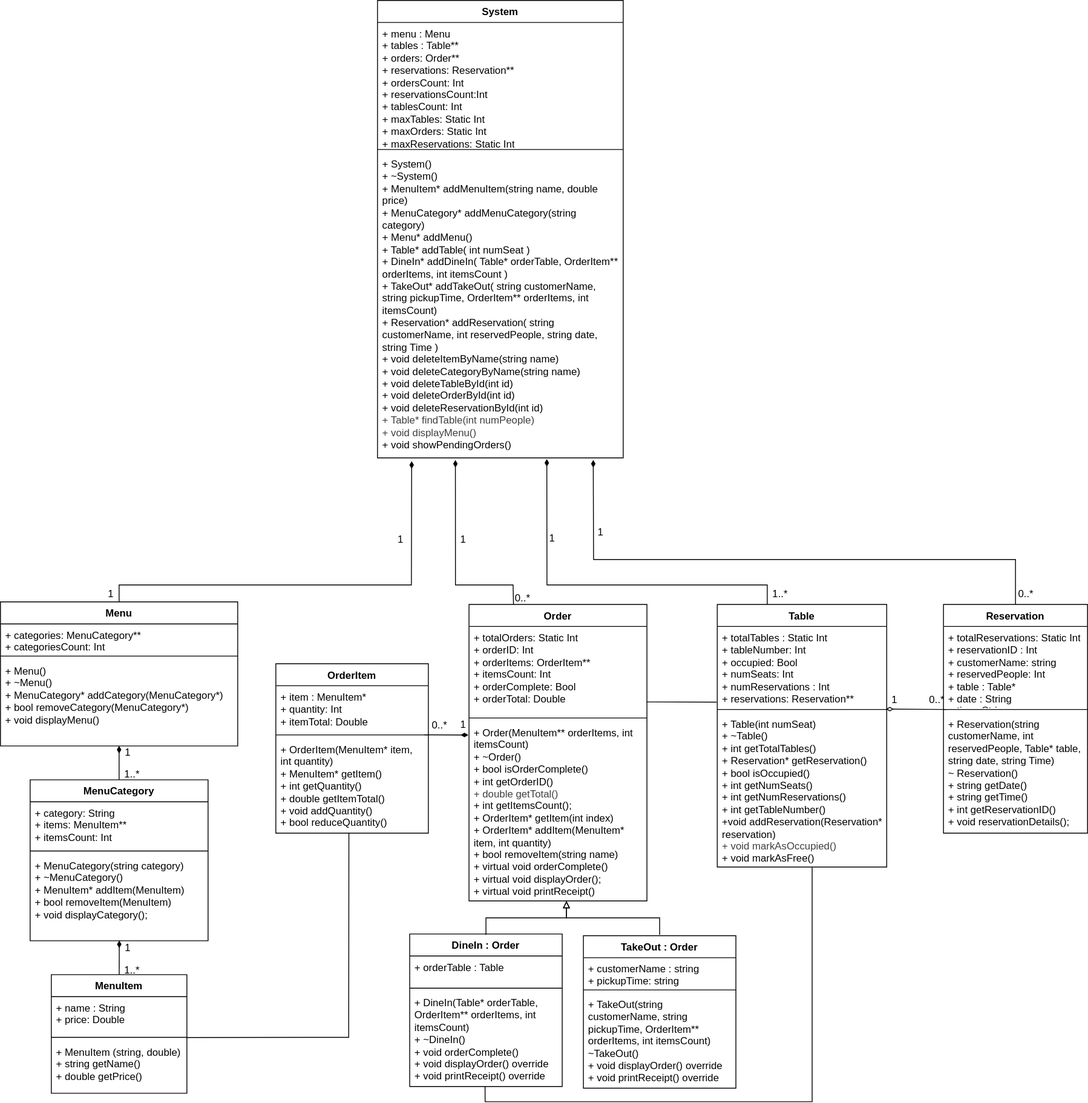
mrkpkngn/restaurantOOP keeps this draw.io diagram as classDiagram.drawio.svg. Above is the earlier version. Source tidied: cells renumbered, new cells last; positions are measured from the earlier drawing's top-left corner, leaving out a move shared by most shapes.
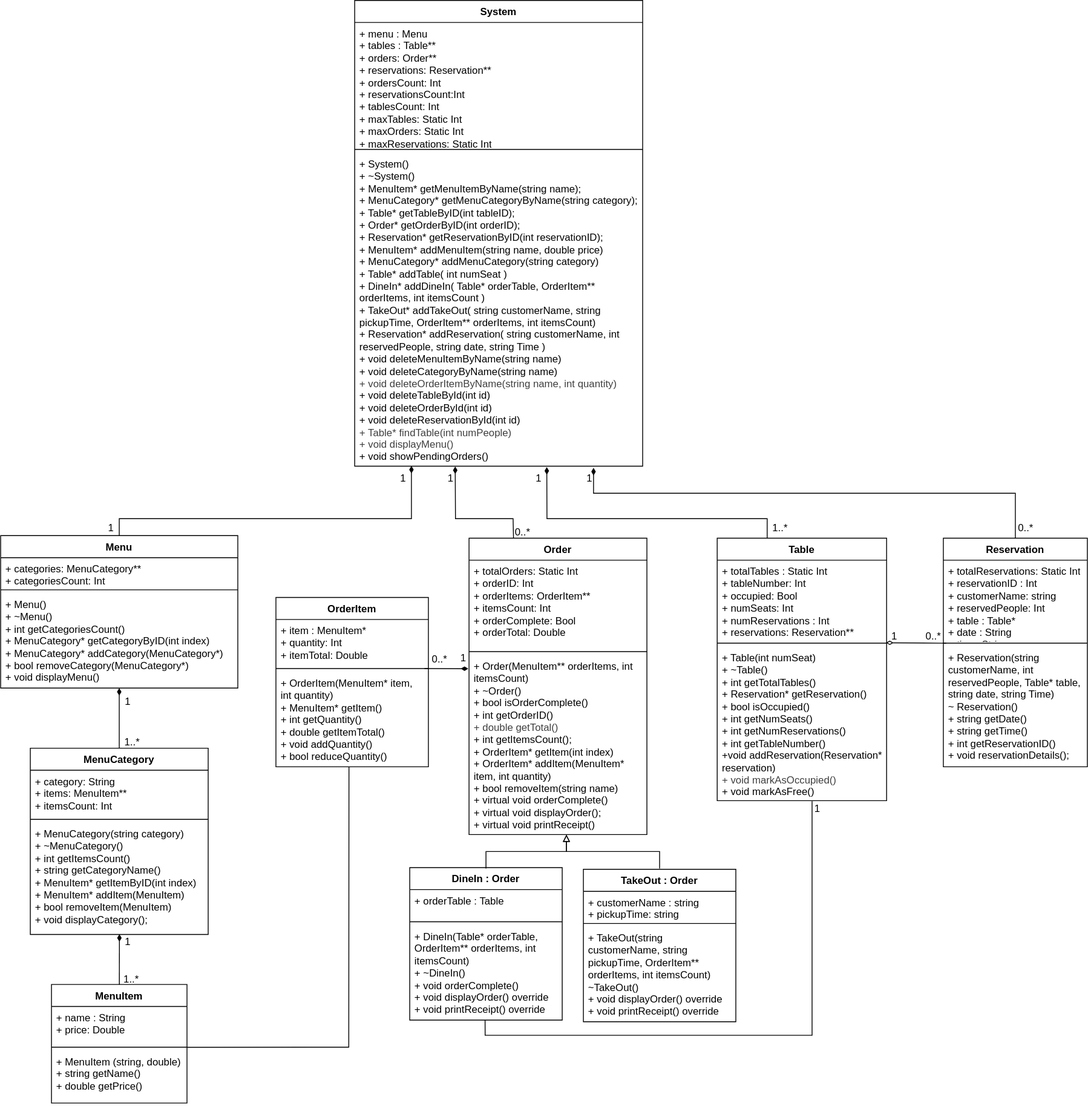
After the commit.

Diff of the diagram source:
```diff
@@ -5,3 +5,3 @@
     <mxCell id="2" value="MenuItem" style="swimlane;fontStyle=1;align=center;verticalAlign=top;horizontal=1;startSize=26;whiteSpace=wrap;html=1;" parent="1" vertex="1">
-      <mxGeometry x="60" y="1150" width="160" height="140" as="geometry" />
+      <mxGeometry x="60" y="1240" width="160" height="140" as="geometry" />
     </mxCell>
@@ -68,3 +68,3 @@
     <mxCell id="23" value="MenuCategory" style="swimlane;fontStyle=1;align=center;verticalAlign=top;horizontal=1;startSize=26;whiteSpace=wrap;html=1;" parent="1" vertex="1">
-      <mxGeometry x="35" y="920" width="210" height="190" as="geometry" />
+      <mxGeometry x="35" y="961" width="210" height="220" as="geometry" />
     </mxCell>
@@ -76,6 +76,6 @@
     </mxCell>
-    <mxCell id="26" value="+ MenuCategory(string category)&lt;div&gt;&lt;font color=&quot;#000000&quot;&gt;+ ~MenuCategory()&lt;br&gt;&lt;/font&gt;&lt;div&gt;+ MenuItem* addItem(MenuItem)&lt;/div&gt;&lt;div&gt;+ bool removeItem(MenuItem)&lt;/div&gt;&lt;div&gt;+ void displayCategory();&lt;/div&gt;&lt;div&gt;&lt;br&gt;&lt;/div&gt;&lt;/div&gt;" style="text;strokeColor=none;fillColor=none;align=left;verticalAlign=top;spacingLeft=4;spacingRight=4;overflow=hidden;points=[[0,0.5],[1,0.5]];portConstraint=eastwest;whiteSpace=wrap;html=1;" parent="23" vertex="1">
-      <mxGeometry y="88" width="210" height="102" as="geometry" />
+    <mxCell id="26" value="+ MenuCategory(string category)&lt;div&gt;&lt;font color=&quot;#000000&quot;&gt;+ ~MenuCategory()&lt;/font&gt;&lt;/div&gt;&lt;div&gt;&lt;font color=&quot;#000000&quot;&gt;&lt;font color=&quot;#000000&quot;&gt;+ int getItemsCount()&lt;/font&gt;&lt;/font&gt;&lt;/div&gt;&lt;div&gt;&lt;font color=&quot;#000000&quot;&gt;&lt;font color=&quot;#000000&quot;&gt;+ string getCategoryName()&lt;/font&gt;&lt;/font&gt;&lt;/div&gt;&lt;div&gt;&lt;font color=&quot;#000000&quot;&gt;&lt;font color=&quot;#000000&quot;&gt;&lt;font color=&quot;#000000&quot;&gt;+ MenuItem* getItemByID(int index)&lt;br&gt;&lt;/font&gt;&lt;/font&gt;&lt;/font&gt;&lt;div&gt;+ MenuItem* addItem(MenuItem)&lt;/div&gt;&lt;div&gt;+ bool removeItem(MenuItem)&lt;/div&gt;&lt;div&gt;+ void displayCategory();&lt;/div&gt;&lt;div&gt;&lt;br&gt;&lt;/div&gt;&lt;/div&gt;" style="text;strokeColor=none;fillColor=none;align=left;verticalAlign=top;spacingLeft=4;spacingRight=4;overflow=hidden;points=[[0,0.5],[1,0.5]];portConstraint=eastwest;whiteSpace=wrap;html=1;" parent="23" vertex="1">
+      <mxGeometry y="88" width="210" height="132" as="geometry" />
     </mxCell>
-    <mxCell id="27" style="edgeStyle=none;html=1;exitX=0.5;exitY=0;exitDx=0;exitDy=0;entryX=0.139;entryY=1.011;entryDx=0;entryDy=0;entryPerimeter=0;rounded=0;curved=0;endArrow=diamondThin;endFill=1;" parent="1" edge="1" source="28" target="39">
+    <mxCell id="27" style="edgeStyle=none;html=1;exitX=0.5;exitY=0;exitDx=0;exitDy=0;entryX=0.197;entryY=0.999;entryDx=0;entryDy=0;entryPerimeter=0;rounded=0;curved=0;endArrow=diamondThin;endFill=1;" parent="1" edge="1" source="28" target="39">
       <mxGeometry relative="1" as="geometry">
@@ -88,3 +88,3 @@
     <mxCell id="28" value="Menu" style="swimlane;fontStyle=1;align=center;verticalAlign=top;horizontal=1;startSize=26;whiteSpace=wrap;html=1;" parent="1" vertex="1">
-      <mxGeometry y="710" width="280" height="170" as="geometry" />
+      <mxGeometry y="710" width="280" height="180" as="geometry" />
     </mxCell>
@@ -96,4 +96,4 @@
     </mxCell>
-    <mxCell id="31" value="+ Menu()&lt;div&gt;&lt;font color=&quot;#000000&quot;&gt;+ ~Menu()&lt;/font&gt;&lt;/div&gt;&lt;div&gt;&lt;font color=&quot;#000000&quot;&gt;&lt;font color=&quot;#000000&quot;&gt;+ MenuCategory* addCategory(MenuCategory*)&lt;/font&gt;&lt;/font&gt;&lt;/div&gt;&lt;div&gt;&lt;font color=&quot;#000000&quot;&gt;&lt;font color=&quot;#000000&quot;&gt;+ bool removeCategory(MenuCategory*)&lt;br&gt;&lt;/font&gt;&lt;/font&gt;&lt;div&gt;+ void displayMenu()&lt;/div&gt;&lt;div&gt;&lt;br&gt;&lt;/div&gt;&lt;/div&gt;" style="text;strokeColor=none;fillColor=none;align=left;verticalAlign=top;spacingLeft=4;spacingRight=4;overflow=hidden;points=[[0,0.5],[1,0.5]];portConstraint=eastwest;whiteSpace=wrap;html=1;" parent="28" vertex="1">
-      <mxGeometry y="68" width="280" height="102" as="geometry" />
+    <mxCell id="31" value="+ Menu()&lt;div&gt;&lt;font color=&quot;#000000&quot;&gt;+ ~Menu()&lt;/font&gt;&lt;/div&gt;&lt;div&gt;&lt;font color=&quot;#000000&quot;&gt;&lt;div&gt;&lt;font&gt;&lt;font&gt;+ int getCategoriesCount()&lt;/font&gt;&lt;/font&gt;&lt;/div&gt;&lt;div&gt;&lt;font&gt;&lt;font&gt;+ MenuCategory* getCategoryByID(int index)&lt;/font&gt;&lt;/font&gt;&lt;/div&gt;&lt;/font&gt;&lt;/div&gt;&lt;div&gt;&lt;font color=&quot;#000000&quot;&gt;&lt;font color=&quot;#000000&quot;&gt;+ MenuCategory* addCategory(MenuCategory*)&lt;/font&gt;&lt;/font&gt;&lt;/div&gt;&lt;div&gt;&lt;font color=&quot;#000000&quot;&gt;&lt;font color=&quot;#000000&quot;&gt;+ bool removeCategory(MenuCategory*)&lt;br&gt;&lt;/font&gt;&lt;/font&gt;&lt;div&gt;+ void displayMenu()&lt;/div&gt;&lt;div&gt;&lt;br&gt;&lt;/div&gt;&lt;/div&gt;" style="text;strokeColor=none;fillColor=none;align=left;verticalAlign=top;spacingLeft=4;spacingRight=4;overflow=hidden;points=[[0,0.5],[1,0.5]];portConstraint=eastwest;whiteSpace=wrap;html=1;" parent="28" vertex="1">
+      <mxGeometry y="68" width="280" height="112" as="geometry" />
     </mxCell>
@@ -112,12 +112,12 @@
     <mxCell id="36" value="System" style="swimlane;fontStyle=1;align=center;verticalAlign=top;horizontal=1;startSize=26;whiteSpace=wrap;html=1;" parent="1" vertex="1">
-      <mxGeometry x="445" width="290" height="540" as="geometry" />
+      <mxGeometry x="418" y="78" width="340" height="550" as="geometry" />
     </mxCell>
     <mxCell id="37" value="&lt;div&gt;+ menu : Menu&lt;/div&gt;&lt;div&gt;+ tables : Table**&lt;/div&gt;&lt;div&gt;&lt;span style=&quot;background-color: transparent;&quot;&gt;+ orders: Order**&lt;/span&gt;&lt;/div&gt;&lt;div&gt;+ reservations: Reservation**&lt;/div&gt;&lt;div&gt;+ ordersCount: Int&lt;/div&gt;&lt;div&gt;+ reservationsCount:Int&lt;/div&gt;&lt;div&gt;+ tablesCount: Int&lt;br&gt;+ maxTables: Static Int&lt;/div&gt;&lt;div&gt;+ maxOrders: Static Int&lt;/div&gt;&lt;div&gt;+ maxReservations: Static Int&lt;/div&gt;" style="text;strokeColor=none;fillColor=none;align=left;verticalAlign=top;spacingLeft=4;spacingRight=4;overflow=hidden;whiteSpace=wrap;html=1;" parent="36" vertex="1">
-      <mxGeometry y="26" width="290" height="146" as="geometry" />
+      <mxGeometry y="26" width="340" height="146" as="geometry" />
     </mxCell>
     <mxCell id="38" style="line;strokeWidth=1;fillColor=none;align=left;verticalAlign=middle;spacingTop=-1;spacingLeft=3;spacingRight=3;labelPosition=right;strokeColor=inherit;" parent="36" vertex="1">
-      <mxGeometry y="172" width="290" height="8" as="geometry" />
+      <mxGeometry y="172" width="340" height="8" as="geometry" />
     </mxCell>
-    <mxCell id="39" value="+ System()&lt;div&gt;&lt;font color=&quot;#000000&quot;&gt;+ ~System()&lt;/font&gt;&lt;div&gt;+ MenuItem* addMenuItem(string name, double price)&lt;/div&gt;&lt;div&gt;+ MenuCategory* addMenuCategory(string category)&lt;/div&gt;&lt;div&gt;+ Menu* addMenu()&lt;/div&gt;&lt;div&gt;+ Table* addTable(&lt;span style=&quot;color: rgb(0, 0, 0); background-color: transparent;&quot;&gt;int numSeat&lt;/span&gt;&lt;span style=&quot;background-color: transparent;&quot;&gt;)&lt;/span&gt;&lt;/div&gt;&lt;div&gt;+ DineIn* addDineIn(&lt;span style=&quot;color: rgb(0, 0, 0);&quot;&gt;Table* orderTable, OrderItem** orderItems, int itemsCount&lt;/span&gt;)&lt;/div&gt;&lt;div&gt;+ TakeOut* addTakeOut(&lt;span style=&quot;color: rgb(0, 0, 0); background-color: transparent;&quot;&gt;string customerName, string pickupTime, OrderItem** orderItems, int itemsCount)&lt;/span&gt;&lt;/div&gt;&lt;div&gt;+ Reservation* addReservation(&lt;span style=&quot;color: rgb(0, 0, 0);&quot;&gt;string customerName, int reservedPeople, string date, string Time&lt;/span&gt;)&lt;/div&gt;&lt;/div&gt;&lt;div&gt;+ void deleteItemByName(string name)&lt;/div&gt;&lt;div&gt;+ void deleteCategoryByName(string name)&lt;/div&gt;&lt;div&gt;+ void deleteTableById(int id)&lt;/div&gt;&lt;div&gt;+ void deleteOrderById(int id)&lt;/div&gt;&lt;div&gt;+ void deleteReservationById(int id)&lt;/div&gt;&lt;div&gt;&lt;span style=&quot;color: rgb(63, 63, 63);&quot;&gt;+ Table* findTable(int numPeople)&lt;/span&gt;&lt;/div&gt;&lt;div&gt;&lt;span style=&quot;color: rgb(63, 63, 63);&quot;&gt;&lt;span style=&quot;color: rgb(63, 63, 63);&quot;&gt;+ void displayMenu()&lt;/span&gt;&lt;/span&gt;&lt;/div&gt;&lt;div&gt;+ void showPendingOrders()&lt;/div&gt;" style="text;strokeColor=none;fillColor=none;align=left;verticalAlign=top;spacingLeft=4;spacingRight=4;overflow=hidden;points=[[0,0.5],[1,0.5]];portConstraint=eastwest;whiteSpace=wrap;html=1;" parent="36" vertex="1">
-      <mxGeometry y="180" width="290" height="360" as="geometry" />
+    <mxCell id="39" value="+ System()&lt;div&gt;&lt;font color=&quot;#000000&quot;&gt;+ ~System()&lt;/font&gt;&lt;/div&gt;&lt;div&gt;&lt;div style=&quot;&quot;&gt;&lt;span style=&quot;white-space: normal;&quot;&gt;+ MenuItem* getMenuItemByName(string name);&lt;/span&gt;&lt;/div&gt;&lt;div style=&quot;&quot;&gt;&lt;span style=&quot;white-space: normal;&quot;&gt;+ MenuCategory* getMenuCategoryByName(string category);&lt;/span&gt;&lt;/div&gt;&lt;div style=&quot;&quot;&gt;&lt;span style=&quot;white-space: normal;&quot;&gt;+ Table* getTableByID(int tableID);&lt;/span&gt;&lt;/div&gt;&lt;div style=&quot;&quot;&gt;&lt;span style=&quot;white-space: normal;&quot;&gt;+ Order* getOrderByID(int orderID);&lt;/span&gt;&lt;/div&gt;&lt;div style=&quot;&quot;&gt;&lt;span style=&quot;white-space: normal;&quot;&gt;+ Reservation* getReservationByID(int reservationID);&lt;/span&gt;&lt;/div&gt;&lt;div&gt;+ MenuItem* addMenuItem(string name, double price)&lt;/div&gt;&lt;div&gt;+ MenuCategory* addMenuCategory(string category)&lt;/div&gt;&lt;div&gt;+ Table* addTable(&lt;span style=&quot;color: rgb(0, 0, 0); background-color: transparent;&quot;&gt;int numSeat&lt;/span&gt;&lt;span style=&quot;background-color: transparent;&quot;&gt;)&lt;/span&gt;&lt;/div&gt;&lt;div&gt;+ DineIn* addDineIn(&lt;span style=&quot;color: rgb(0, 0, 0);&quot;&gt;Table* orderTable, OrderItem** orderItems, int itemsCount&lt;/span&gt;)&lt;/div&gt;&lt;div&gt;+ TakeOut* addTakeOut(&lt;span style=&quot;color: rgb(0, 0, 0); background-color: transparent;&quot;&gt;string customerName, string pickupTime, OrderItem** orderItems, int itemsCount)&lt;/span&gt;&lt;/div&gt;&lt;div&gt;+ Reservation* addReservation(&lt;span style=&quot;color: rgb(0, 0, 0);&quot;&gt;string customerName, int reservedPeople, string date, string Time&lt;/span&gt;)&lt;/div&gt;&lt;/div&gt;&lt;div&gt;+ void deleteMenuItemByName(string name)&lt;/div&gt;&lt;div&gt;+ void deleteCategoryByName(string name)&lt;/div&gt;&lt;div&gt;&lt;span style=&quot;color: rgb(63, 63, 63);&quot;&gt;+ void deleteOrderItemByName(string name, int quantity)&lt;/span&gt;&lt;/div&gt;&lt;div&gt;+ void deleteTableById(int id)&lt;/div&gt;&lt;div&gt;+ void deleteOrderById(int id)&lt;/div&gt;&lt;div&gt;+ void deleteReservationById(int id)&lt;/div&gt;&lt;div&gt;&lt;span style=&quot;color: rgb(63, 63, 63);&quot;&gt;+ Table* findTable(int numPeople)&lt;/span&gt;&lt;/div&gt;&lt;div&gt;&lt;span style=&quot;color: rgb(63, 63, 63);&quot;&gt;&lt;span style=&quot;color: rgb(63, 63, 63);&quot;&gt;+ void displayMenu()&lt;/span&gt;&lt;/span&gt;&lt;/div&gt;&lt;div&gt;+ void showPendingOrders()&lt;/div&gt;" style="text;strokeColor=none;fillColor=none;align=left;verticalAlign=top;spacingLeft=4;spacingRight=4;overflow=hidden;points=[[0,0.5],[1,0.5]];portConstraint=eastwest;whiteSpace=wrap;html=1;" parent="36" vertex="1">
+      <mxGeometry y="180" width="340" height="370" as="geometry" />
     </mxCell>
@@ -154,4 +154,5 @@
     </mxCell>
-    <mxCell id="44" style="edgeStyle=none;html=1;entryX=0.878;entryY=1.007;entryDx=0;entryDy=0;entryPerimeter=0;exitX=0.5;exitY=0;exitDx=0;exitDy=0;rounded=0;curved=0;endArrow=diamondThin;endFill=1;" parent="1" edge="1" source="32" target="39">
+    <mxCell id="44" style="edgeStyle=none;html=1;exitX=0.5;exitY=0;exitDx=0;exitDy=0;rounded=0;curved=0;endArrow=diamondThin;endFill=1;" parent="1" edge="1" source="32">
       <mxGeometry relative="1" as="geometry">
+        <mxPoint x="700" y="630" as="targetPoint" />
         <Array as="points">
@@ -162,3 +163,3 @@
     </mxCell>
-    <mxCell id="45" style="edgeStyle=none;html=1;entryX=0.689;entryY=1.004;entryDx=0;entryDy=0;entryPerimeter=0;rounded=0;curved=0;endArrow=diamondThin;endFill=1;" parent="1" edge="1" target="39">
+    <mxCell id="45" style="edgeStyle=none;html=1;rounded=0;curved=0;endArrow=diamondThin;endFill=1;entryX=0.667;entryY=1.003;entryDx=0;entryDy=0;entryPerimeter=0;" parent="1" edge="1" target="39">
       <mxGeometry relative="1" as="geometry">
@@ -171,3 +172,3 @@
     </mxCell>
-    <mxCell id="46" style="edgeStyle=none;html=1;exitX=0.25;exitY=0;exitDx=0;exitDy=0;rounded=0;curved=0;entryX=0.317;entryY=1.007;entryDx=0;entryDy=0;entryPerimeter=0;endArrow=diamondThin;endFill=1;" parent="1" edge="1" source="10" target="39">
+    <mxCell id="46" style="edgeStyle=none;html=1;exitX=0.25;exitY=0;exitDx=0;exitDy=0;rounded=0;curved=0;entryX=0.349;entryY=1.001;entryDx=0;entryDy=0;entryPerimeter=0;endArrow=diamondThin;endFill=1;" parent="1" edge="1" source="10" target="39">
       <mxGeometry relative="1" as="geometry">
@@ -194,7 +195,2 @@
     </mxCell>
-    <mxCell id="52" style="endArrow=none;html=1;exitX=0.998;exitY=0.513;exitDx=0;exitDy=0;exitPerimeter=0;entryX=-0.004;entryY=0.95;entryDx=0;entryDy=0;entryPerimeter=0;" parent="1" edge="1" target="7">
-      <mxGeometry relative="1" as="geometry">
-        <mxPoint x="762.6" y="828.1" as="sourcePoint" />
-      </mxGeometry>
-    </mxCell>
     <mxCell id="53" style="endArrow=diamondThin;html=1;exitX=0.02;exitY=0.501;exitDx=0;exitDy=0;entryX=0.996;entryY=0.438;entryDx=0;entryDy=0;entryPerimeter=0;exitPerimeter=0;endFill=0;" parent="1" edge="1" source="34" target="8">
@@ -205,3 +201,3 @@
         <Array as="points">
-          <mxPoint x="411" y="1224" />
+          <mxPoint x="411" y="1314" />
         </Array>
@@ -210,3 +206,3 @@
     <mxCell id="55" value="1" style="text;html=1;align=center;verticalAlign=middle;strokeColor=none;fillColor=none;" parent="1" vertex="1">
-      <mxGeometry x="457" y="622" width="30" height="30" as="geometry" />
+      <mxGeometry x="460" y="628" width="30" height="30" as="geometry" />
     </mxCell>
@@ -216,3 +212,3 @@
     <mxCell id="57" value="1" style="text;html=1;align=center;verticalAlign=middle;strokeColor=none;fillColor=none;" parent="1" vertex="1">
-      <mxGeometry x="531" y="622" width="30" height="30" as="geometry" />
+      <mxGeometry x="620" y="628" width="30" height="30" as="geometry" />
     </mxCell>
@@ -222,3 +218,3 @@
     <mxCell id="59" value="1" style="text;html=1;align=center;verticalAlign=middle;strokeColor=none;fillColor=none;" parent="1" vertex="1">
-      <mxGeometry x="636" y="620" width="30" height="30" as="geometry" />
+      <mxGeometry x="516" y="628" width="30" height="30" as="geometry" />
     </mxCell>
@@ -237,22 +233,25 @@
     <mxCell id="64" value="1..*" style="text;html=1;align=center;verticalAlign=middle;strokeColor=none;fillColor=none;" parent="1" vertex="1">
-      <mxGeometry x="135" y="1130" width="40" height="30" as="geometry" />
+      <mxGeometry x="134" y="1219" width="40" height="30" as="geometry" />
     </mxCell>
     <mxCell id="65" value="1" style="text;html=1;align=center;verticalAlign=middle;strokeColor=none;fillColor=none;" parent="1" vertex="1">
-      <mxGeometry x="135" y="1104" width="30" height="30" as="geometry" />
+      <mxGeometry x="135" y="1175" width="30" height="30" as="geometry" />
     </mxCell>
     <mxCell id="66" value="1..*" style="text;html=1;align=center;verticalAlign=middle;strokeColor=none;fillColor=none;" parent="1" vertex="1">
-      <mxGeometry x="135" y="899" width="40" height="30" as="geometry" />
+      <mxGeometry x="135" y="939" width="40" height="30" as="geometry" />
     </mxCell>
     <mxCell id="67" value="1" style="text;html=1;align=center;verticalAlign=middle;strokeColor=none;fillColor=none;" parent="1" vertex="1">
-      <mxGeometry x="135" y="873" width="30" height="30" as="geometry" />
+      <mxGeometry x="135" y="891" width="30" height="30" as="geometry" />
     </mxCell>
     <mxCell id="68" value="1" style="text;html=1;align=center;verticalAlign=middle;strokeColor=none;fillColor=none;" parent="1" vertex="1">
-      <mxGeometry x="693" y="613" width="30" height="30" as="geometry" />
+      <mxGeometry x="680" y="628" width="30" height="30" as="geometry" />
     </mxCell>
     <mxCell id="69" value="1" style="text;html=1;align=center;verticalAlign=middle;strokeColor=none;fillColor=none;" parent="1" vertex="1">
-      <mxGeometry x="1040" y="811" width="30" height="30" as="geometry" />
+      <mxGeometry x="1040" y="814" width="30" height="30" as="geometry" />
     </mxCell>
     <mxCell id="70" value="0..*" style="text;html=1;align=center;verticalAlign=middle;strokeColor=none;fillColor=none;" parent="1" vertex="1">
-      <mxGeometry x="1085" y="811" width="40" height="30" as="geometry" />
+      <mxGeometry x="1081" y="814" width="40" height="30" as="geometry" />
     </mxCell>
+    <mxCell id="71" value="1" style="text;html=1;align=center;verticalAlign=middle;strokeColor=none;fillColor=none;" parent="1" vertex="1">
+      <mxGeometry x="949" y="1018" width="30" height="30" as="geometry" />
+    </mxCell>
   </root>
```
